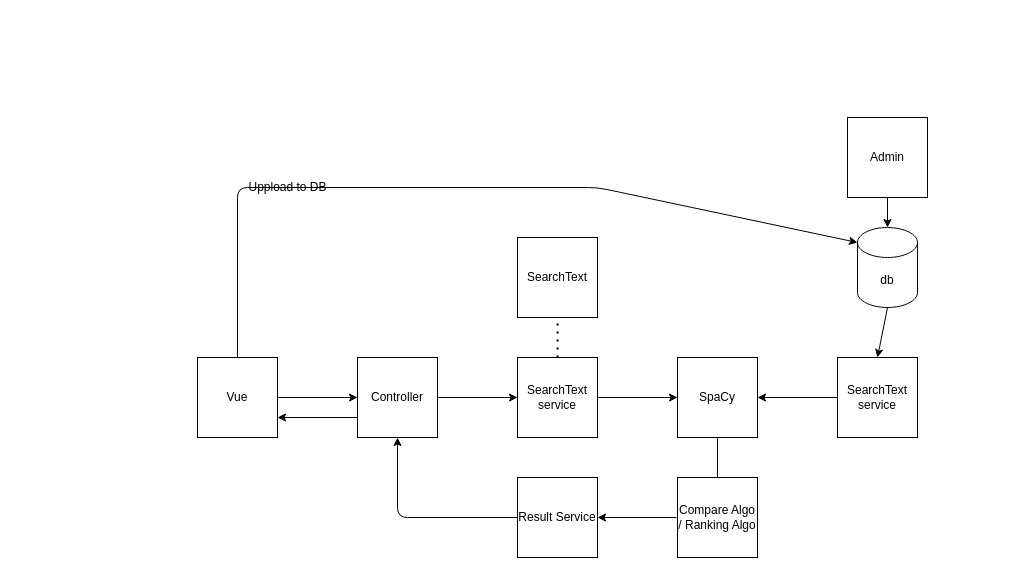
This is documentation/struktur.drawio from nextline501/Article-Finder, a draw.io file, before an edit. Source tidied: cells renumbered, new cells numbered last; positions are measured from the earlier drawing's top-left corner, leaving out a move shared by most shapes. Both pictures are drawn from the tidied source at 100%, with x=0, y=0 at pixel (197, 117).
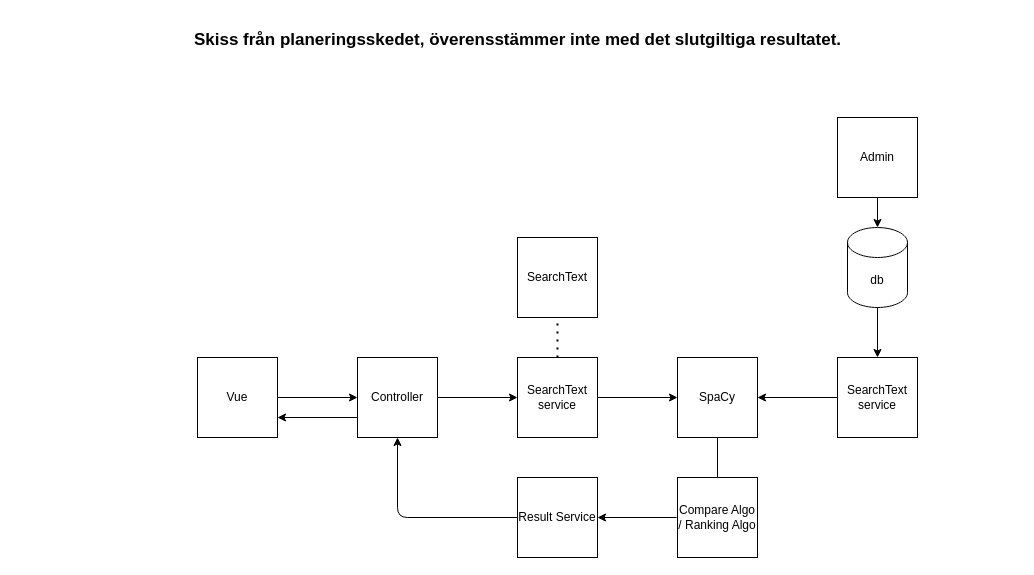
The same page after the edit.

Unchanged cells that the change refers to:
```xml
<mxCell id="5" value="Vue" style="whiteSpace=wrap;html=1;" parent="1" vertex="1">
  <mxGeometry y="240" width="80" height="80" as="geometry" />
</mxCell>
```

Change to the diagram source:
```diff
@@
     <mxCell id="11" value="db" style="shape=cylinder3;whiteSpace=wrap;html=1;boundedLbl=1;backgroundOutline=1;size=15;" parent="1" vertex="1">
-      <mxGeometry x="660" y="110" width="60" height="80" as="geometry" />
+      <mxGeometry x="650" y="110" width="60" height="80" as="geometry" />
     </mxCell>
-    <mxCell id="12" style="endArrow=classic;html=1;exitX=0.5;exitY=0;exitDx=0;exitDy=0;entryX=0;entryY=0;entryDx=0;entryDy=15;entryPerimeter=0;" parent="1" edge="1" source="5" target="11">
-      <mxGeometry relative="1" as="geometry">
-        <Array as="points">
-          <mxPoint x="40" y="70" />
-          <mxPoint x="400" y="70" />
-        </Array>
-      </mxGeometry>
-    </mxCell>
     <mxCell id="13" value="Admin" style="whiteSpace=wrap;html=1;" parent="1" vertex="1">
-      <mxGeometry x="650" width="80" height="80" as="geometry" />
+      <mxGeometry x="640" width="80" height="80" as="geometry" />
     </mxCell>
@@
-    <mxCell id="19" value="Uppload to DB" style="text;html=1;align=center;verticalAlign=middle;strokeColor=none;" parent="1" vertex="1">
-      <mxGeometry x="45" y="60" width="90" height="20" as="geometry" />
-    </mxCell>
@@
+    <mxCell id="25" value="&lt;font style=&quot;font-size: 17px&quot;&gt;Skiss från planeringsskedet, överensstämmer inte med det slutgiltiga resultatet.&lt;/font&gt;" style="text;strokeColor=none;fillColor=none;html=1;fontSize=24;fontStyle=1;verticalAlign=middle;align=center;" parent="1" vertex="1">
+      <mxGeometry x="-180" y="-100" width="1000" height="40" as="geometry" />
+    </mxCell>
```
